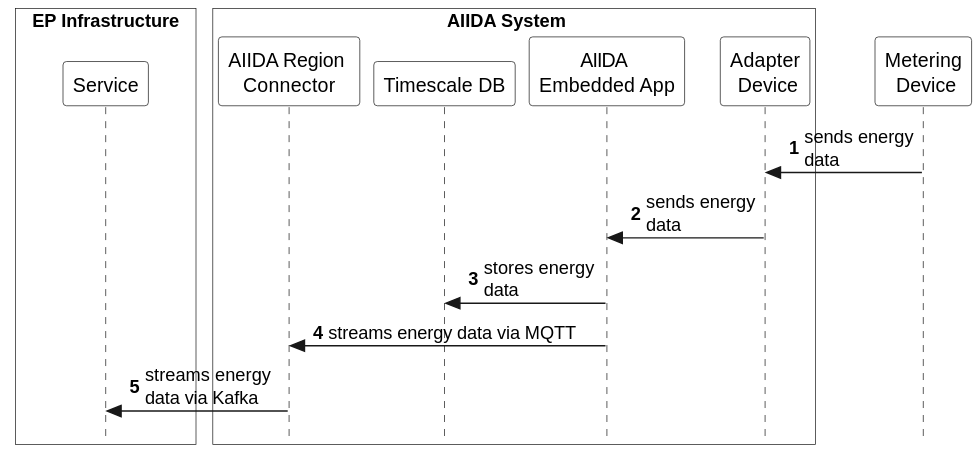
eddie-energy/architecture keeps this PlantUML diagram as arc42/aiida/runtime-view/figures/aiida_request_data.svg. Above is the earlier version.
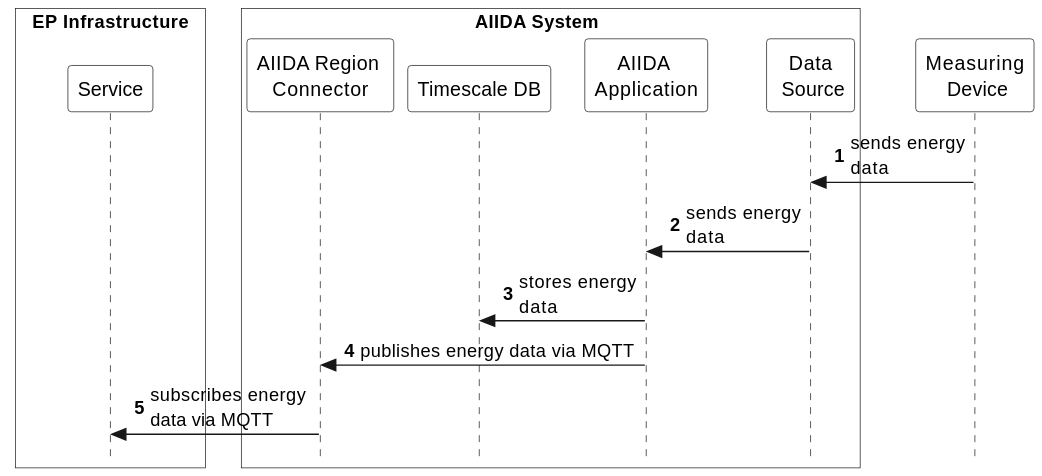
The same diagram one commit later.

Change to the diagram source:
```diff
@@ -15,15 +15,15 @@
 box "\tAIIDA System\t\t"  #transparent
 participant "AIIDA Region \nConnector" as connector
 participant "Timescale DB" as timescale
-participant "AIIDA \nEmbedded App"  as app
-participant "Adapter\n Device" as adapter
+participant "AIIDA \nApplication"  as app
+participant "Data\n Source" as data_source
 end box
-participant "Metering\n Device" as device
+participant "Measuring\n Device" as device
 
-device -> adapter : sends energy\ndata
-adapter -> app : sends energy\ndata
+device -> data_source : sends energy\ndata
+data_source -> app : sends energy\ndata
 app -> timescale : stores energy\ndata
-app -> connector : streams energy data via MQTT
-connector -> service : streams energy \ndata via Kafka
+app -> connector : publishes energy data via MQTT
+connector -> service : subscribes energy \ndata via MQTT
 
 @enduml
```
